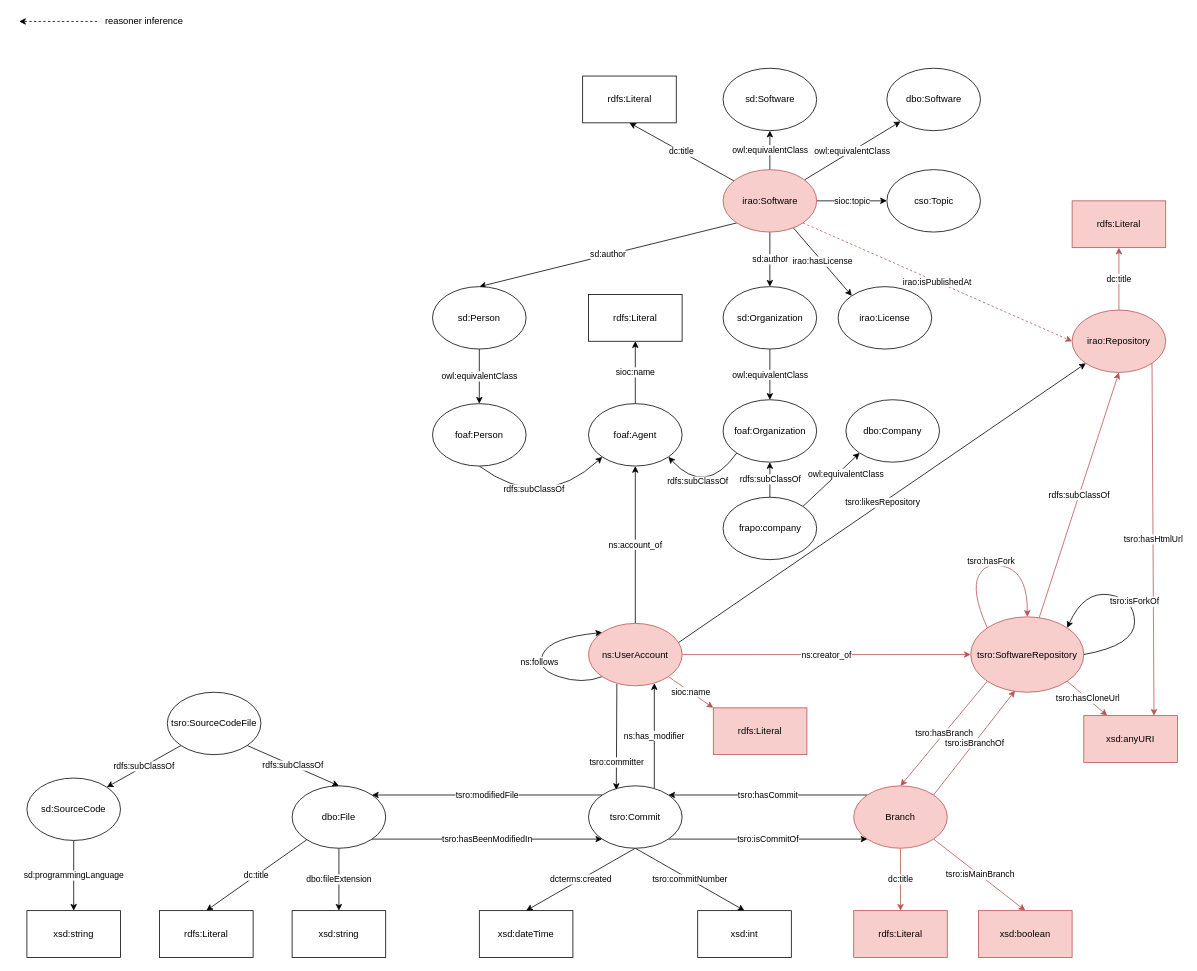
Earlier version of the draw.io diagram ontologies/The Software Repository Ontology.drawio (sabato-nocera/tsro). Source tidied: cells renumbered, new cells numbered last; positions are measured from the earlier drawing's top-left corner, leaving out a move shared by most shapes. Both pictures are drawn from the tidied source at 78%, with x=0, y=0 at pixel (19, 13).
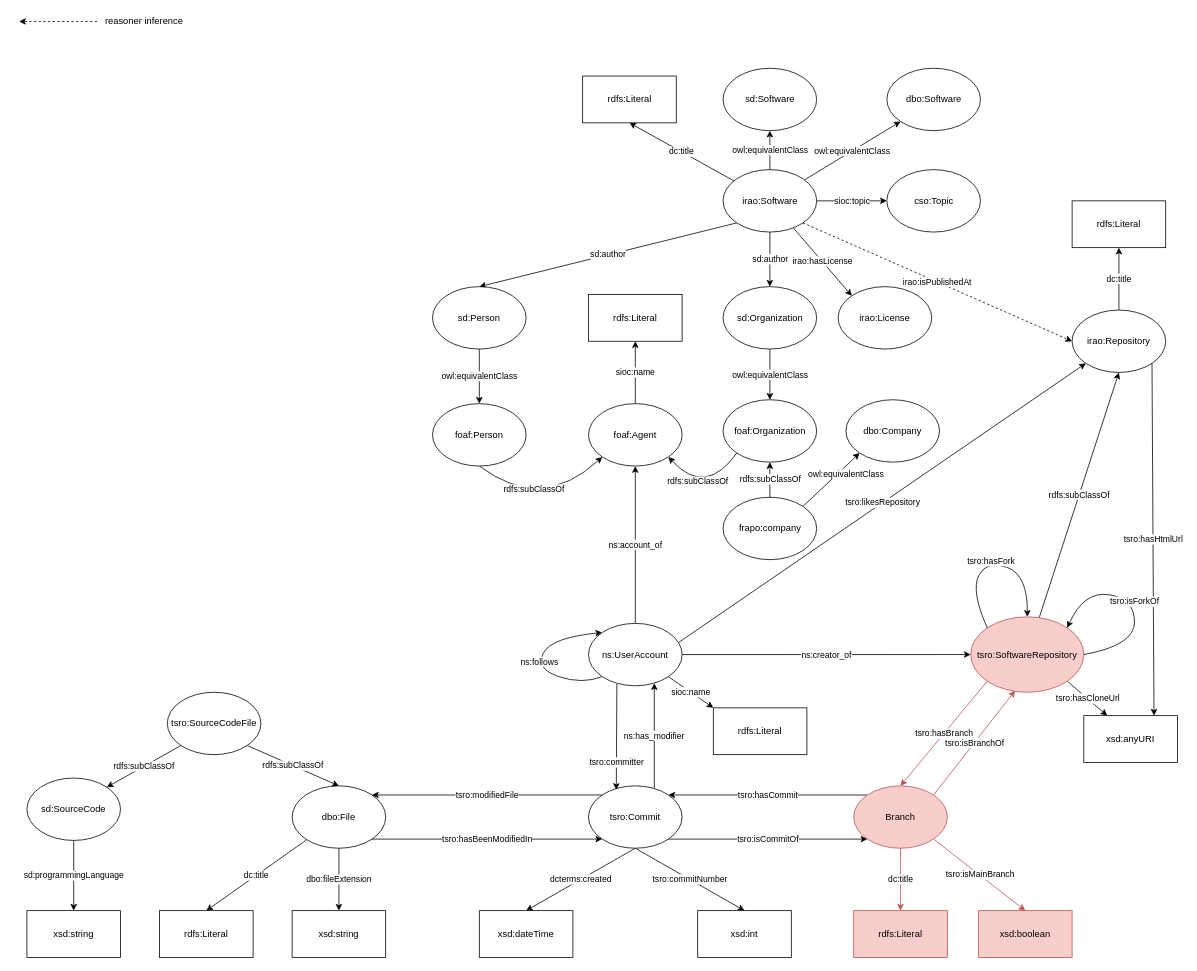
The same page after the edit.

Unchanged cells that the change refers to:
```xml
<mxCell id="23" value="tsro:SoftwareRepository" style="ellipse;whiteSpace=wrap;html=1;fillColor=#f8cecc;strokeColor=#b85450;" parent="1" vertex="1">
  <mxGeometry x="1220" y="773.3" width="145" height="96.7" as="geometry" />
</mxCell>
```

Change to the diagram source:
```diff
@@
-    <mxCell id="2" value="dc:title" style="rounded=0;jettySize=auto;html=1;entryX=0.5;entryY=1;entryDx=0;entryDy=0;fillColor=#f8cecc;strokeColor=#b85450;" parent="1" edge="1" source="3" target="72">
+    <mxCell id="2" value="dc:title" style="rounded=0;jettySize=auto;html=1;entryX=0.5;entryY=1;entryDx=0;entryDy=0;" parent="1" edge="1" source="3" target="72">
       <mxGeometry relative="1" as="geometry" />
     </mxCell>
-    <mxCell id="3" value="irao:Repository" style="ellipse;whiteSpace=wrap;html=1;fillColor=#f8cecc;strokeColor=#b85450;" parent="1" vertex="1">
+    <mxCell id="3" value="irao:Repository" style="ellipse;whiteSpace=wrap;html=1;" parent="1" vertex="1">
       <mxGeometry x="1350" y="380" width="120" height="80" as="geometry" />
     </mxCell>
@@
-    <mxCell id="18" value="rdfs:subClassOf" style="edgeStyle=none;rounded=0;jettySize=auto;html=1;entryX=0.5;entryY=1;entryDx=0;entryDy=0;fillColor=#f8cecc;strokeColor=#b85450;" parent="1" edge="1" source="23" target="3">
+    <mxCell id="18" value="rdfs:subClassOf" style="edgeStyle=none;rounded=0;jettySize=auto;html=1;entryX=0.5;entryY=1;entryDx=0;entryDy=0;" parent="1" edge="1" source="23" target="3">
       <mxGeometry relative="1" as="geometry" />
     </mxCell>
@@
-    <mxCell id="21" value="tsro:hasCloneUrl" style="edgeStyle=none;rounded=0;jettySize=auto;html=1;exitX=1;exitY=1;exitDx=0;exitDy=0;entryX=0.25;entryY=0;entryDx=0;entryDy=0;fillColor=#f8cecc;strokeColor=#b85450;" parent="1" edge="1" source="23" target="44">
+    <mxCell id="21" value="tsro:hasCloneUrl" style="edgeStyle=none;rounded=0;jettySize=auto;html=1;exitX=1;exitY=1;exitDx=0;exitDy=0;entryX=0.25;entryY=0;entryDx=0;entryDy=0;" parent="1" edge="1" source="23" target="44">
       <mxGeometry relative="1" as="geometry" />
     </mxCell>
-    <mxCell id="22" value="tsro:hasHtmlUrl" style="edgeStyle=none;rounded=0;jettySize=auto;html=1;entryX=0.75;entryY=0;entryDx=0;entryDy=0;exitX=1;exitY=1;exitDx=0;exitDy=0;fillColor=#f8cecc;strokeColor=#b85450;" parent="1" edge="1" source="3" target="44">
+    <mxCell id="22" value="tsro:hasHtmlUrl" style="edgeStyle=none;rounded=0;jettySize=auto;html=1;entryX=0.75;entryY=0;entryDx=0;entryDy=0;exitX=1;exitY=1;exitDx=0;exitDy=0;" parent="1" edge="1" source="3" target="44">
       <mxGeometry relative="1" as="geometry" />
     </mxCell>
@@
-    <mxCell id="25" value="ns:creator_of" style="edgeStyle=none;rounded=0;jettySize=auto;html=1;entryX=0;entryY=0.5;entryDx=0;entryDy=0;fillColor=#f8cecc;strokeColor=#b85450;" parent="1" edge="1" source="30" target="23">
+    <mxCell id="25" value="ns:creator_of" style="edgeStyle=none;rounded=0;jettySize=auto;html=1;entryX=0;entryY=0.5;entryDx=0;entryDy=0;" parent="1" edge="1" source="30" target="23">
       <mxGeometry relative="1" as="geometry" />
     </mxCell>
@@
-    <mxCell id="29" value="sioc:name" style="edgeStyle=none;curved=1;jettySize=auto;html=1;exitX=1;exitY=1;exitDx=0;exitDy=0;entryX=0;entryY=0;entryDx=0;entryDy=0;fillColor=#f8cecc;strokeColor=#b85450;" parent="1" edge="1" source="30" target="76">
+    <mxCell id="29" value="sioc:name" style="edgeStyle=none;curved=1;jettySize=auto;html=1;exitX=1;exitY=1;exitDx=0;exitDy=0;entryX=0;entryY=0;entryDx=0;entryDy=0;" parent="1" edge="1" source="30" target="76">
       <mxGeometry relative="1" as="geometry" />
     </mxCell>
-    <mxCell id="30" value="ns:UserAccount" style="ellipse;whiteSpace=wrap;html=1;fillColor=#f8cecc;strokeColor=#b85450;" parent="1" vertex="1">
+    <mxCell id="30" value="ns:UserAccount" style="ellipse;whiteSpace=wrap;html=1;" parent="1" vertex="1">
       <mxGeometry x="730" y="781.7" width="120" height="80" as="geometry" />
     </mxCell>
-    <mxCell id="31" value="irao:isPublishedAt" style="edgeStyle=none;rounded=0;jettySize=auto;html=1;entryX=0;entryY=0.5;entryDx=0;entryDy=0;dashed=1;exitX=1;exitY=1;exitDx=0;exitDy=0;fillColor=#f8cecc;strokeColor=#b85450;" parent="1" edge="1" source="39" target="3">
+    <mxCell id="31" value="irao:isPublishedAt" style="edgeStyle=none;rounded=0;jettySize=auto;html=1;entryX=0;entryY=0.5;entryDx=0;entryDy=0;dashed=1;exitX=1;exitY=1;exitDx=0;exitDy=0;" parent="1" edge="1" source="39" target="3">
       <mxGeometry relative="1" as="geometry" />
     </mxCell>
@@
-    <mxCell id="39" value="irao:Software" style="ellipse;whiteSpace=wrap;html=1;fillColor=#f8cecc;strokeColor=#b85450;" parent="1" vertex="1">
+    <mxCell id="39" value="irao:Software" style="ellipse;whiteSpace=wrap;html=1;" parent="1" vertex="1">
       <mxGeometry x="902.5" y="200" width="120" height="80" as="geometry" />
     </mxCell>
@@
-    <mxCell id="44" value="xsd:anyURI" style="whiteSpace=wrap;html=1;fillColor=#f8cecc;strokeColor=#b85450;" parent="1" vertex="1">
+    <mxCell id="44" value="xsd:anyURI" style="whiteSpace=wrap;html=1;" parent="1" vertex="1">
       <mxGeometry x="1365" y="900" width="120" height="60" as="geometry" />
     </mxCell>
@@
-    <mxCell id="70" value="tsro:hasFork" style="edgeStyle=none;orthogonalLoop=1;jettySize=auto;html=1;exitX=0;exitY=0;exitDx=0;exitDy=0;entryX=0.5;entryY=0;entryDx=0;entryDy=0;curved=1;fillColor=#f8cecc;strokeColor=#b85450;" parent="1" edge="1" source="23" target="23">
+    <mxCell id="70" value="tsro:hasFork" style="edgeStyle=none;orthogonalLoop=1;jettySize=auto;html=1;exitX=0;exitY=0;exitDx=0;exitDy=0;entryX=0.5;entryY=0;entryDx=0;entryDy=0;curved=1;" parent="1" edge="1" source="23" target="23">
       <mxGeometry relative="1" as="geometry">
         <Array as="points">
           <mxPoint x="1220" y="740" />
           <mxPoint x="1241" y="700" />
           <mxPoint x="1293" y="720" />
         </Array>
       </mxGeometry>
     </mxCell>
@@
-    <mxCell id="72" value="rdfs:Literal" style="whiteSpace=wrap;html=1;fillColor=#f8cecc;strokeColor=#b85450;" parent="1" vertex="1">
+    <mxCell id="72" value="rdfs:Literal" style="whiteSpace=wrap;html=1;" parent="1" vertex="1">
       <mxGeometry x="1350" y="240" width="120" height="60" as="geometry" />
     </mxCell>
@@
-    <mxCell id="76" value="rdfs:Literal" style="whiteSpace=wrap;html=1;fillColor=#f8cecc;strokeColor=#b85450;" parent="1" vertex="1">
+    <mxCell id="76" value="rdfs:Literal" style="whiteSpace=wrap;html=1;" parent="1" vertex="1">
       <mxGeometry x="890" y="890" width="120" height="60" as="geometry" />
     </mxCell>
```
